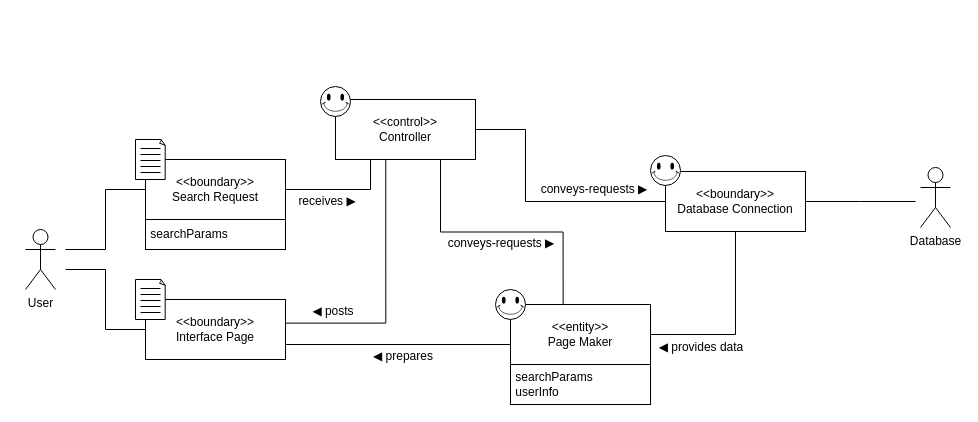
Earlier version of the draw.io diagram docs/DomainModels/diagrams/DM-UC-15.drawio (youngkwon02/Enhanced-library-management). Source tidied: cells renumbered, new cells numbered last; positions are measured from the earlier drawing's top-left corner, leaving out a move shared by most shapes. Both pictures are drawn from the tidied source at 100%, with x=0, y=0 at pixel (25, 24).
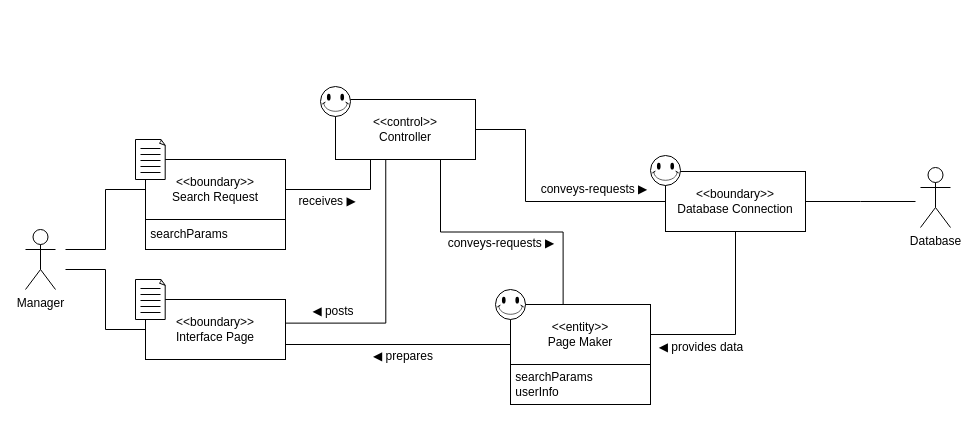
The same page after the edit.

Commit message:
doc: update actor name in DM-UC-15.drawio

Change to the diagram source:
```diff
@@
-    <mxCell id="7" value="User" style="shape=umlActor;verticalLabelPosition=bottom;verticalAlign=top;html=1;" parent="1" vertex="1">
+    <mxCell id="7" value="Manager" style="shape=umlActor;verticalLabelPosition=bottom;verticalAlign=top;html=1;" parent="1" vertex="1">
       <mxGeometry y="205" width="30" height="60" as="geometry" />
     </mxCell>
```
